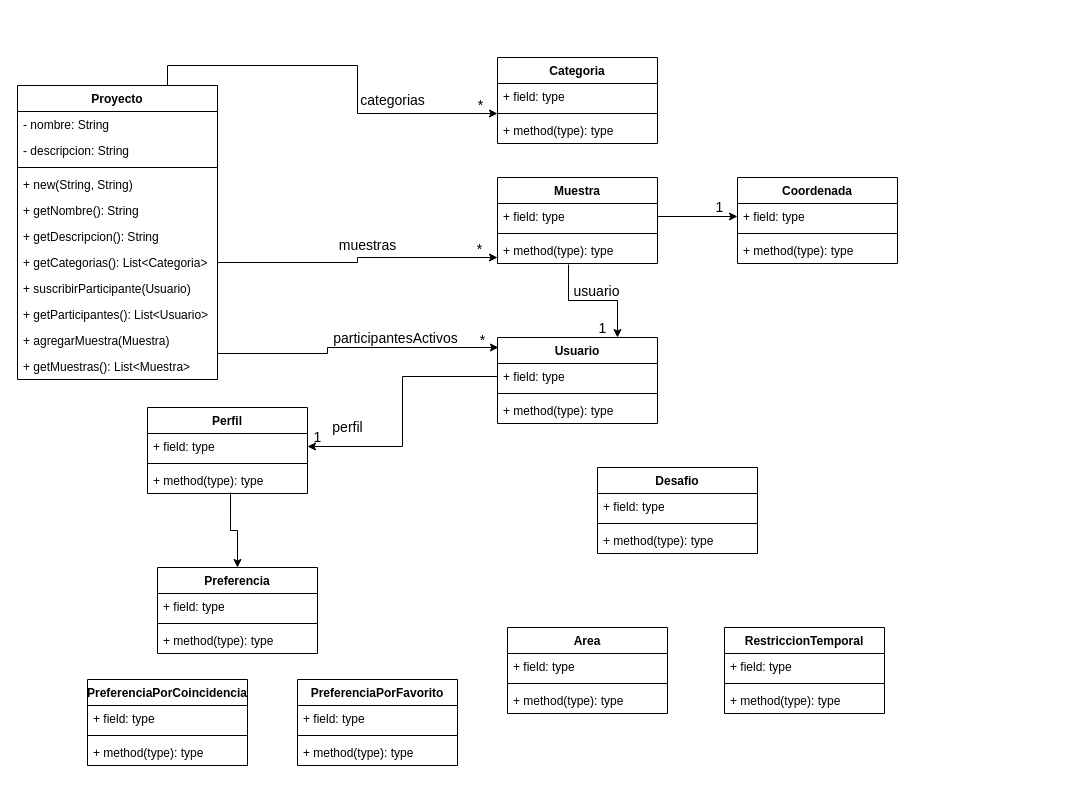
The draw.io diagram TPFinal.drawio in Maxxie12/Unq-po2-TpFinal, before the edit. Source tidied: cells renumbered, new cells numbered last; positions are measured from the earlier drawing's top-left corner, leaving out a move shared by most shapes. Both pictures are drawn from the tidied source at 100%, with x=0, y=0 at pixel (17, 57).
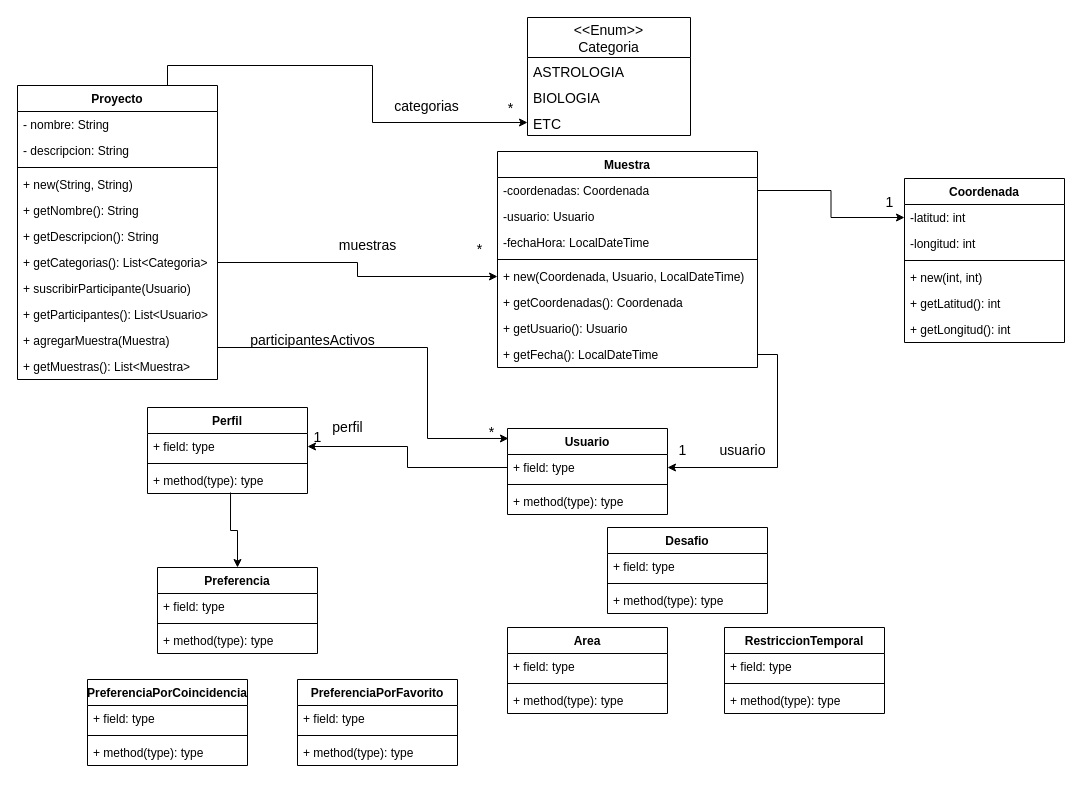
The same diagram, later.

Commit message:
Actualizo clase Muestra UML

The change refers to these unchanged cells:
```xml
<mxCell id="3" value="Proyecto" style="swimlane;fontStyle=1;align=center;verticalAlign=top;horizontal=1;startSize=26;" parent="1" vertex="1">
  <mxGeometry y="28" width="200" height="294" as="geometry" />
</mxCell>
<mxCell id="10" value="+ getCategorias(): List&lt;Categoria&gt;" style="text;strokeColor=none;fillColor=none;align=left;verticalAlign=top;spacingLeft=4;spacingRight=4;overflow=hidden;points=[[0,0.5],[1,0.5]];portConstraint=eastwest;" parent="3" vertex="1">
  <mxGeometry y="164" width="200" height="26" as="geometry" />
</mxCell>
<mxCell id="13" value="+ agregarMuestra(Muestra)" style="text;strokeColor=none;fillColor=none;align=left;verticalAlign=top;spacingLeft=4;spacingRight=4;overflow=hidden;points=[[0,0.5],[1,0.5]];portConstraint=eastwest;" parent="3" vertex="1">
  <mxGeometry y="242" width="200" height="26" as="geometry" />
</mxCell>
<mxCell id="17" value="+ field: type" style="text;strokeColor=none;fillColor=none;align=left;verticalAlign=top;spacingLeft=4;spacingRight=4;overflow=hidden;points=[[0,0.5],[1,0.5]];portConstraint=eastwest;" parent="16" vertex="1">
  <mxGeometry y="26" width="160" height="26" as="geometry" />
</mxCell>
```

The edit, as a diff of the source:
```diff
@@
-    <mxCell id="2" style="edgeStyle=orthogonalEdgeStyle;rounded=0;jettySize=auto;html=1;exitX=0.75;exitY=0;exitDx=0;exitDy=0;entryX=0;entryY=0.5;entryDx=0;entryDy=0;entryPerimeter=0;fontSize=14;" parent="1" edge="1" source="3" target="26">
+    <mxCell id="2" style="edgeStyle=orthogonalEdgeStyle;rounded=0;jettySize=auto;html=1;exitX=0.75;exitY=0;exitDx=0;exitDy=0;entryX=0;entryY=0.5;entryDx=0;entryDy=0;fontSize=14;" parent="1" edge="1" source="3" target="88">
       <mxGeometry relative="1" as="geometry" />
     </mxCell>
@@
-    <mxCell id="15" style="edgeStyle=orthogonalEdgeStyle;rounded=0;jettySize=auto;html=1;exitX=0.444;exitY=1.038;exitDx=0;exitDy=0;entryX=0.75;entryY=0;entryDx=0;entryDy=0;fontSize=14;exitPerimeter=0;" parent="1" edge="1" source="23" target="16">
-      <mxGeometry relative="1" as="geometry" />
-    </mxCell>
     <mxCell id="16" value="Usuario" style="swimlane;fontStyle=1;align=center;verticalAlign=top;horizontal=1;startSize=26;" parent="1" vertex="1">
-      <mxGeometry x="480" y="280" width="160" height="86" as="geometry" />
+      <mxGeometry x="490" y="371" width="160" height="86" as="geometry" />
     </mxCell>
@@
     <mxCell id="20" value="Muestra" style="swimlane;fontStyle=1;align=center;verticalAlign=top;horizontal=1;startSize=26;" parent="1" vertex="1">
-      <mxGeometry x="480" y="120" width="160" height="86" as="geometry" />
+      <mxGeometry x="480" y="94" width="260" height="216" as="geometry" />
     </mxCell>
-    <mxCell id="21" value="+ field: type" style="text;strokeColor=none;fillColor=none;align=left;verticalAlign=top;spacingLeft=4;spacingRight=4;overflow=hidden;points=[[0,0.5],[1,0.5]];portConstraint=eastwest;" parent="20" vertex="1">
-      <mxGeometry y="26" width="160" height="26" as="geometry" />
+    <mxCell id="21" value="-coordenadas: Coordenada" style="text;strokeColor=none;fillColor=none;align=left;verticalAlign=top;spacingLeft=4;spacingRight=4;overflow=hidden;points=[[0,0.5],[1,0.5]];portConstraint=eastwest;" parent="20" vertex="1">
+      <mxGeometry y="26" width="260" height="26" as="geometry" />
     </mxCell>
+    <mxCell id="76" value="-usuario: Usuario" style="text;strokeColor=none;fillColor=none;align=left;verticalAlign=top;spacingLeft=4;spacingRight=4;overflow=hidden;" parent="20" vertex="1">
+      <mxGeometry y="52" width="260" height="26" as="geometry" />
+    </mxCell>
+    <mxCell id="77" value="-fechaHora: LocalDateTime" style="text;strokeColor=none;fillColor=none;align=left;verticalAlign=top;spacingLeft=4;spacingRight=4;overflow=hidden;" parent="20" vertex="1">
+      <mxGeometry y="78" width="260" height="26" as="geometry" />
+    </mxCell>
     <mxCell id="22" style="line;strokeWidth=1;fillColor=none;align=left;verticalAlign=middle;spacingTop=-1;spacingLeft=3;spacingRight=3;labelPosition=right;strokeColor=inherit;" parent="20" vertex="1">
-      <mxGeometry y="52" width="160" height="8" as="geometry" />
+      <mxGeometry y="104" width="260" height="8" as="geometry" />
     </mxCell>
-    <mxCell id="23" value="+ method(type): type" style="text;strokeColor=none;fillColor=none;align=left;verticalAlign=top;spacingLeft=4;spacingRight=4;overflow=hidden;points=[[0,0.5],[1,0.5]];portConstraint=eastwest;" parent="20" vertex="1">
-      <mxGeometry y="60" width="160" height="26" as="geometry" />
+    <mxCell id="23" value="+ new(Coordenada, Usuario, LocalDateTime)" style="text;strokeColor=none;fillColor=none;align=left;verticalAlign=top;spacingLeft=4;spacingRight=4;overflow=hidden;points=[[0,0.5],[1,0.5]];portConstraint=eastwest;" parent="20" vertex="1">
+      <mxGeometry y="112" width="260" height="26" as="geometry" />
     </mxCell>
-    <mxCell id="24" value="Categoria" style="swimlane;fontStyle=1;align=center;verticalAlign=top;horizontal=1;startSize=26;" parent="1" vertex="1">
-      <mxGeometry x="480" width="160" height="86" as="geometry" />
-    </mxCell>
-    <mxCell id="25" value="+ field: type" style="text;strokeColor=none;fillColor=none;align=left;verticalAlign=top;spacingLeft=4;spacingRight=4;overflow=hidden;" parent="24" vertex="1">
-      <mxGeometry y="26" width="160" height="26" as="geometry" />
-    </mxCell>
-    <mxCell id="26" style="line;strokeWidth=1;fillColor=none;align=left;verticalAlign=middle;spacingTop=-1;spacingLeft=3;spacingRight=3;labelPosition=right;points=[];portConstraint=eastwest;strokeColor=inherit;" parent="24" vertex="1">
-      <mxGeometry y="52" width="160" height="8" as="geometry" />
-    </mxCell>
-    <mxCell id="27" value="+ method(type): type" style="text;strokeColor=none;fillColor=none;align=left;verticalAlign=top;spacingLeft=4;spacingRight=4;overflow=hidden;" parent="24" vertex="1">
-      <mxGeometry y="60" width="160" height="26" as="geometry" />
-    </mxCell>
+    <mxCell id="78" value="+ getCoordenadas(): Coordenada" style="text;strokeColor=none;fillColor=none;align=left;verticalAlign=top;spacingLeft=4;spacingRight=4;overflow=hidden;" parent="20" vertex="1">
+      <mxGeometry y="138" width="260" height="26" as="geometry" />
+    </mxCell>
+    <mxCell id="79" value="+ getUsuario(): Usuario" style="text;strokeColor=none;fillColor=none;align=left;verticalAlign=top;spacingLeft=4;spacingRight=4;overflow=hidden;" parent="20" vertex="1">
+      <mxGeometry y="164" width="260" height="26" as="geometry" />
+    </mxCell>
+    <mxCell id="80" value="+ getFecha(): LocalDateTime" style="text;strokeColor=none;fillColor=none;align=left;verticalAlign=top;spacingLeft=4;spacingRight=4;overflow=hidden;points=[[0,0.5],[1,0.5]];portConstraint=eastwest;" parent="20" vertex="1">
+      <mxGeometry y="190" width="260" height="26" as="geometry" />
+    </mxCell>
     <mxCell id="28" value="Coordenada" style="swimlane;fontStyle=1;align=center;verticalAlign=top;horizontal=1;startSize=26;" parent="1" vertex="1">
-      <mxGeometry x="720" y="120" width="160" height="86" as="geometry" />
+      <mxGeometry x="887" y="121" width="160" height="164" as="geometry" />
     </mxCell>
-    <mxCell id="29" value="+ field: type" style="text;strokeColor=none;fillColor=none;align=left;verticalAlign=top;spacingLeft=4;spacingRight=4;overflow=hidden;points=[[0,0.5],[1,0.5]];portConstraint=eastwest;" parent="28" vertex="1">
+    <mxCell id="29" value="-latitud: int" style="text;strokeColor=none;fillColor=none;align=left;verticalAlign=top;spacingLeft=4;spacingRight=4;overflow=hidden;points=[[0,0.5],[1,0.5]];portConstraint=eastwest;" parent="28" vertex="1">
       <mxGeometry y="26" width="160" height="26" as="geometry" />
     </mxCell>
+    <mxCell id="81" value="-longitud: int" style="text;strokeColor=none;fillColor=none;align=left;verticalAlign=top;spacingLeft=4;spacingRight=4;overflow=hidden;" parent="28" vertex="1">
+      <mxGeometry y="52" width="160" height="26" as="geometry" />
+    </mxCell>
     <mxCell id="30" style="line;strokeWidth=1;fillColor=none;align=left;verticalAlign=middle;spacingTop=-1;spacingLeft=3;spacingRight=3;labelPosition=right;strokeColor=inherit;" parent="28" vertex="1">
-      <mxGeometry y="52" width="160" height="8" as="geometry" />
+      <mxGeometry y="78" width="160" height="8" as="geometry" />
     </mxCell>
-    <mxCell id="31" value="+ method(type): type" style="text;strokeColor=none;fillColor=none;align=left;verticalAlign=top;spacingLeft=4;spacingRight=4;overflow=hidden;" parent="28" vertex="1">
-      <mxGeometry y="60" width="160" height="26" as="geometry" />
+    <mxCell id="31" value="+ new(int, int)" style="text;strokeColor=none;fillColor=none;align=left;verticalAlign=top;spacingLeft=4;spacingRight=4;overflow=hidden;" parent="28" vertex="1">
+      <mxGeometry y="86" width="160" height="26" as="geometry" />
     </mxCell>
+    <mxCell id="82" value="+ getLatitud(): int" style="text;strokeColor=none;fillColor=none;align=left;verticalAlign=top;spacingLeft=4;spacingRight=4;overflow=hidden;" parent="28" vertex="1">
+      <mxGeometry y="112" width="160" height="26" as="geometry" />
+    </mxCell>
+    <mxCell id="83" value="+ getLongitud(): int" style="text;strokeColor=none;fillColor=none;align=left;verticalAlign=top;spacingLeft=4;spacingRight=4;overflow=hidden;" parent="28" vertex="1">
+      <mxGeometry y="138" width="160" height="26" as="geometry" />
+    </mxCell>
@@
     <mxCell id="50" value="Desafio" style="swimlane;fontStyle=1;align=center;verticalAlign=top;horizontal=1;startSize=26;" parent="1" vertex="1">
-      <mxGeometry x="580" y="410" width="160" height="86" as="geometry" />
+      <mxGeometry x="590" y="470" width="160" height="86" as="geometry" />
     </mxCell>
@@
     <mxCell id="63" value="categorias" style="text;html=1;align=center;verticalAlign=middle;strokeColor=none;fillColor=none;fontSize=14;" parent="1" vertex="1">
-      <mxGeometry x="330" y="28" width="90" height="30" as="geometry" />
+      <mxGeometry x="364" y="34" width="90" height="30" as="geometry" />
     </mxCell>
     <mxCell id="64" value="*" style="text;html=1;align=center;verticalAlign=middle;strokeColor=none;fillColor=none;fontSize=14;" parent="1" vertex="1">
-      <mxGeometry x="448" y="33" width="30" height="30" as="geometry" />
+      <mxGeometry x="478" y="36" width="30" height="30" as="geometry" />
     </mxCell>
@@
     <mxCell id="67" style="edgeStyle=orthogonalEdgeStyle;rounded=0;jettySize=auto;html=1;exitX=1;exitY=0.5;exitDx=0;exitDy=0;entryX=0.006;entryY=0.116;entryDx=0;entryDy=0;entryPerimeter=0;fontSize=14;" parent="1" edge="1" source="13" target="16">
       <mxGeometry relative="1" as="geometry">
         <Array as="points">
-          <mxPoint x="310" y="296" />
-          <mxPoint x="310" y="290" />
+          <mxPoint x="200" y="290" />
+          <mxPoint x="410" y="290" />
+          <mxPoint x="410" y="381" />
         </Array>
       </mxGeometry>
     </mxCell>
     <mxCell id="68" value="*" style="text;html=1;align=center;verticalAlign=middle;strokeColor=none;fillColor=none;fontSize=14;" parent="1" vertex="1">
-      <mxGeometry x="450" y="268" width="30" height="30" as="geometry" />
+      <mxGeometry x="459" y="360" width="30" height="30" as="geometry" />
     </mxCell>
     <mxCell id="69" value="participantesActivos" style="text;html=1;align=center;verticalAlign=middle;strokeColor=none;fillColor=none;fontSize=14;" parent="1" vertex="1">
-      <mxGeometry x="303" y="266" width="150" height="30" as="geometry" />
+      <mxGeometry x="220" y="268" width="150" height="30" as="geometry" />
     </mxCell>
@@
     <mxCell id="71" value="usuario" style="text;html=1;align=center;verticalAlign=middle;strokeColor=none;fillColor=none;fontSize=14;" parent="1" vertex="1">
-      <mxGeometry x="544" y="219" width="70" height="30" as="geometry" />
+      <mxGeometry x="690" y="378" width="70" height="30" as="geometry" />
     </mxCell>
     <mxCell id="72" value="1" style="text;html=1;align=center;verticalAlign=middle;strokeColor=none;fillColor=none;fontSize=14;" parent="1" vertex="1">
-      <mxGeometry x="570" y="256" width="30" height="30" as="geometry" />
+      <mxGeometry x="650" y="378" width="30" height="30" as="geometry" />
     </mxCell>
     <mxCell id="73" value="1" style="text;html=1;align=center;verticalAlign=middle;strokeColor=none;fillColor=none;fontSize=14;" parent="1" vertex="1">
-      <mxGeometry x="687" y="135" width="30" height="30" as="geometry" />
+      <mxGeometry x="857" y="130" width="30" height="30" as="geometry" />
     </mxCell>
@@
-    <mxCell id="75" style="edgeStyle=orthogonalEdgeStyle;rounded=0;jettySize=auto;html=1;exitX=1;exitY=0.5;exitDx=0;exitDy=0;fontSize=14;" parent="1" edge="1" source="10" target="23">
-      <mxGeometry relative="1" as="geometry">
-        <Array as="points">
-          <mxPoint x="340" y="205" />
-          <mxPoint x="340" y="200" />
-        </Array>
-      </mxGeometry>
+    <mxCell id="75" style="edgeStyle=orthogonalEdgeStyle;rounded=0;jettySize=auto;html=1;exitX=1;exitY=0.5;exitDx=0;exitDy=0;entryX=0;entryY=0.5;entryDx=0;entryDy=0;fontSize=14;" parent="1" edge="1" source="10" target="23">
+      <mxGeometry relative="1" as="geometry" />
     </mxCell>
+    <mxCell id="84" style="edgeStyle=orthogonalEdgeStyle;rounded=0;jettySize=auto;html=1;exitX=1;exitY=0.5;exitDx=0;exitDy=0;entryX=1;entryY=0.5;entryDx=0;entryDy=0;fontSize=14;" parent="1" edge="1" source="80" target="17">
+      <mxGeometry relative="1" as="geometry" />
+    </mxCell>
+    <mxCell id="85" value="&lt;&lt;Enum&gt;&gt;&#10;Categoria" style="swimlane;fontStyle=0;horizontal=1;startSize=40;fillColor=none;fontSize=14;" parent="1" vertex="1">
+      <mxGeometry x="510" y="-40" width="163" height="118" as="geometry" />
+    </mxCell>
+    <mxCell id="86" value="ASTROLOGIA" style="text;strokeColor=none;fillColor=none;align=left;verticalAlign=top;spacingLeft=4;spacingRight=4;overflow=hidden;fontSize=14;" parent="85" vertex="1">
+      <mxGeometry y="40" width="163" height="26" as="geometry" />
+    </mxCell>
+    <mxCell id="87" value="BIOLOGIA" style="text;strokeColor=none;fillColor=none;align=left;verticalAlign=top;spacingLeft=4;spacingRight=4;overflow=hidden;fontSize=14;" parent="85" vertex="1">
+      <mxGeometry y="66" width="163" height="26" as="geometry" />
+    </mxCell>
+    <mxCell id="88" value="ETC" style="text;strokeColor=none;fillColor=none;align=left;verticalAlign=top;spacingLeft=4;spacingRight=4;overflow=hidden;points=[[0,0.5],[1,0.5]];portConstraint=eastwest;fontSize=14;" parent="85" vertex="1">
+      <mxGeometry y="92" width="163" height="26" as="geometry" />
+    </mxCell>
```
